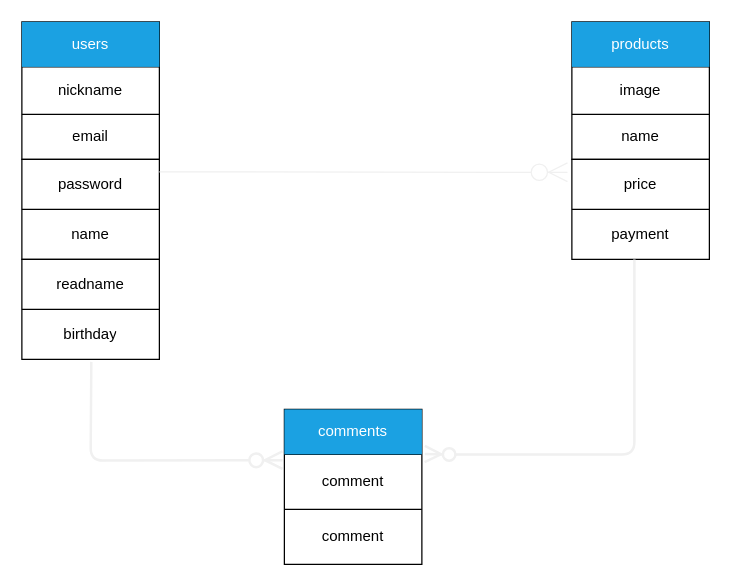
The draw.io diagram ER.dio/data.dio in fuku-shin/furima-31151, before the edit. Source tidied: cells renumbered, new cells numbered last; positions are measured from the earlier drawing's top-left corner, leaving out a move shared by most shapes. Both pictures are drawn from the tidied source at 125%, with x=0, y=0 at pixel (21, 21).
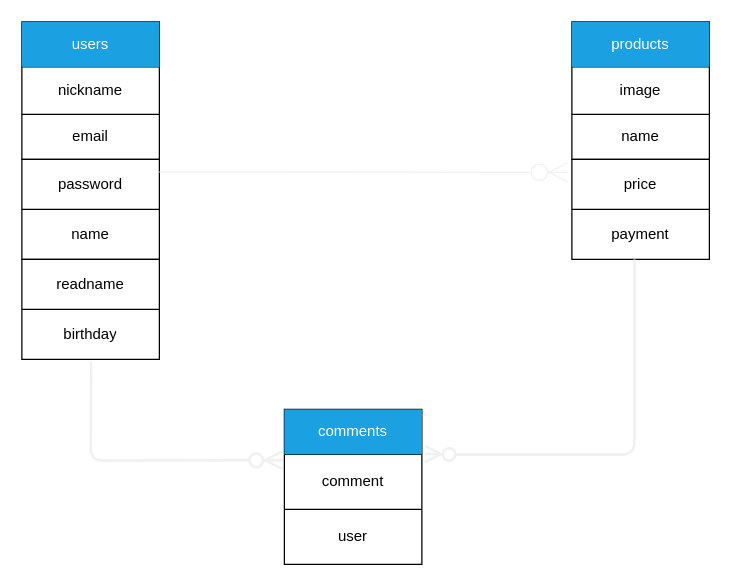
Above is the later version.

The change refers to these unchanged cells:
```xml
<mxCell id="25" style="shape=partialRectangle;html=1;whiteSpace=wrap;fillColor=none;top=0;left=0;bottom=0;right=0;" parent="20" vertex="1">
  <mxGeometry y="80" width="110" height="44" as="geometry" />
</mxCell>
```

What changed in the source:
```diff
@@
-    <mxCell id="26" value="comment" style="shape=partialRectangle;html=1;whiteSpace=wrap;overflow=hidden;fillColor=none;top=0;left=0;bottom=0;right=0;" parent="25" vertex="1">
+    <mxCell id="26" value="user" style="shape=partialRectangle;html=1;whiteSpace=wrap;overflow=hidden;fillColor=none;top=0;left=0;bottom=0;right=0;" parent="25" vertex="1">
       <mxGeometry width="110" height="44" as="geometry" />
     </mxCell>
```
